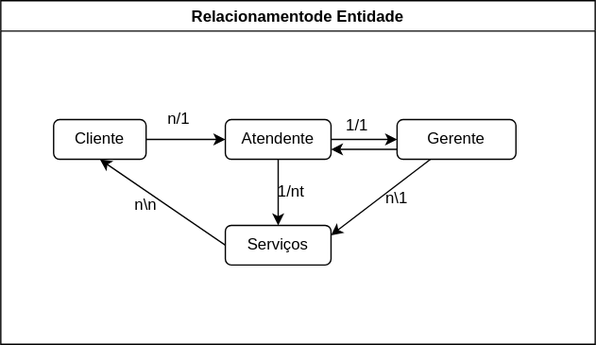
Earlier version of the draw.io export project.drawio.svg (Jardejane/servi-o-oficina). Source tidied: cells renumbered, new cells last; positions are measured from the earlier drawing's top-left corner, leaving out a move shared by most shapes.
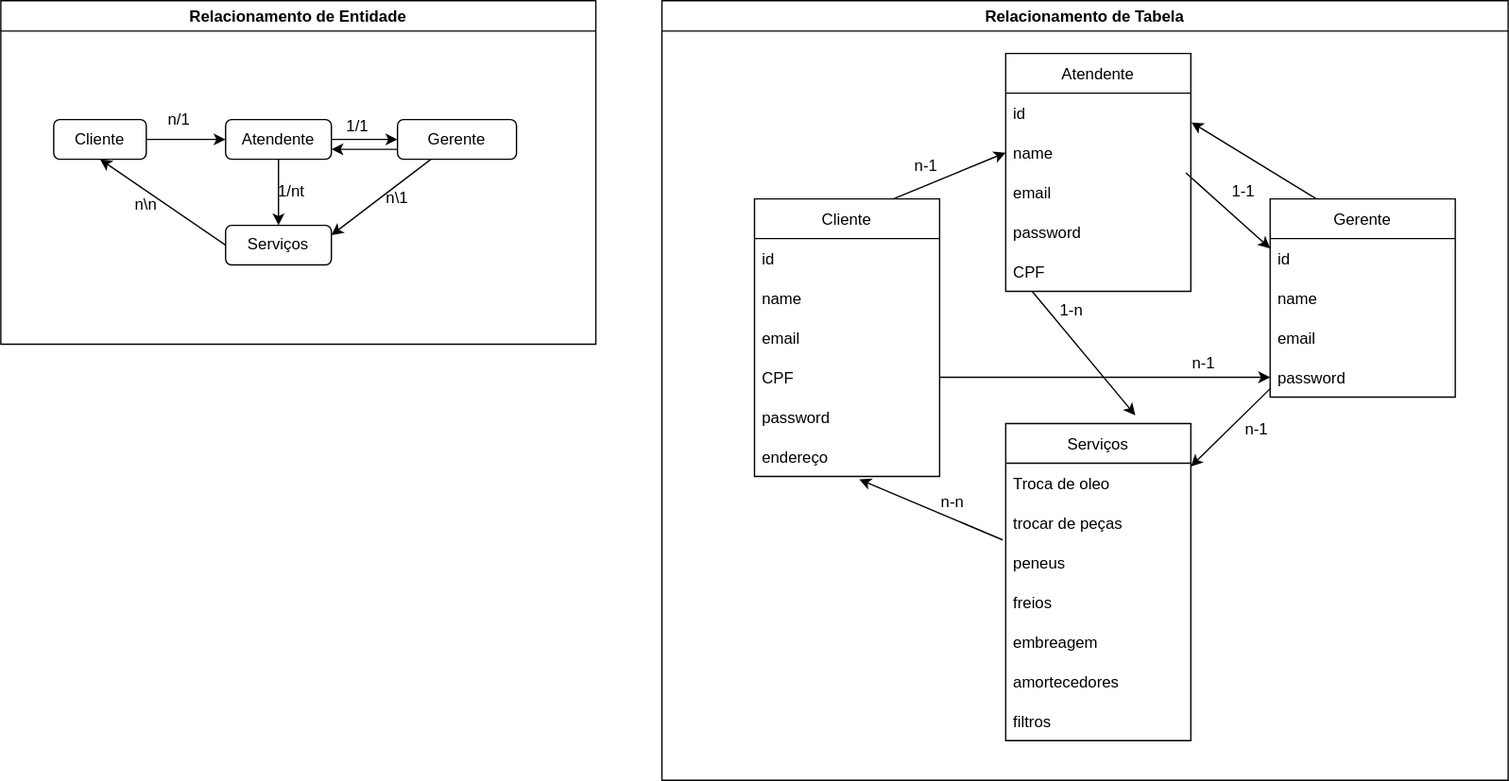
After the commit.

Commit message:
Feat: table relationship in drawio

The edit, as a diff of the source:
```diff
@@ -2,7 +2,7 @@
   <root>
     <mxCell id="0" />
     <mxCell id="1" parent="0" />
-    <mxCell id="2" value="Relacionamentode Entidade " style="swimlane;" parent="1" vertex="1">
+    <mxCell id="2" value="Relacionamento de Entidade " style="swimlane;" parent="1" vertex="1">
       <mxGeometry width="450" height="260" as="geometry" />
     </mxCell>
     <mxCell id="3" style="edgeStyle=none;html=1;" parent="2" edge="1" source="4" target="7">
@@ -54,5 +54,125 @@
     <mxCell id="17" value="n\n" style="text;html=1;strokeColor=none;fillColor=none;align=center;verticalAlign=middle;whiteSpace=wrap;rounded=0;" parent="2" vertex="1">
       <mxGeometry x="80" y="140" width="60" height="30" as="geometry" />
     </mxCell>
+    <mxCell id="18" value="Relacionamento de Tabela " style="swimlane;" parent="1" vertex="1">
+      <mxGeometry x="500" width="640" height="590" as="geometry" />
+    </mxCell>
+    <mxCell id="19" value="Cliente" style="swimlane;fontStyle=0;horizontal=1;startSize=30;" parent="18" vertex="1">
+      <mxGeometry x="70" y="150" width="140" height="210" as="geometry" />
+    </mxCell>
+    <mxCell id="20" value="id" style="text;strokeColor=none;fillColor=none;align=left;verticalAlign=middle;spacingLeft=4;spacingRight=4;overflow=hidden;" parent="19" vertex="1">
+      <mxGeometry y="30" width="140" height="30" as="geometry" />
+    </mxCell>
+    <mxCell id="21" value="name" style="text;strokeColor=none;fillColor=none;align=left;verticalAlign=middle;spacingLeft=4;spacingRight=4;overflow=hidden;" parent="19" vertex="1">
+      <mxGeometry y="60" width="140" height="30" as="geometry" />
+    </mxCell>
+    <mxCell id="22" value="email" style="text;strokeColor=none;fillColor=none;align=left;verticalAlign=middle;spacingLeft=4;spacingRight=4;overflow=hidden;" parent="19" vertex="1">
+      <mxGeometry y="90" width="140" height="30" as="geometry" />
+    </mxCell>
+    <mxCell id="23" value="CPF" style="text;strokeColor=none;fillColor=none;align=left;verticalAlign=middle;spacingLeft=4;spacingRight=4;overflow=hidden;points=[[0,0.5],[1,0.5]];portConstraint=eastwest;" parent="19" vertex="1">
+      <mxGeometry y="120" width="140" height="30" as="geometry" />
+    </mxCell>
+    <mxCell id="24" value="password" style="text;strokeColor=none;fillColor=none;align=left;verticalAlign=middle;spacingLeft=4;spacingRight=4;overflow=hidden;" parent="19" vertex="1">
+      <mxGeometry y="150" width="140" height="30" as="geometry" />
+    </mxCell>
+    <mxCell id="25" value="endereço" style="text;strokeColor=none;fillColor=none;align=left;verticalAlign=middle;spacingLeft=4;spacingRight=4;overflow=hidden;points=[[0,0.5],[1,0.5]];portConstraint=eastwest;" parent="19" vertex="1">
+      <mxGeometry y="180" width="140" height="30" as="geometry" />
+    </mxCell>
+    <mxCell id="26" style="edgeStyle=none;html=1;entryX=0;entryY=0.25;entryDx=0;entryDy=0;exitX=0.973;exitY=0.01;exitDx=0;exitDy=0;exitPerimeter=0;" parent="18" edge="1" source="30" target="35">
+      <mxGeometry relative="1" as="geometry" />
+    </mxCell>
+    <mxCell id="27" value="Atendente" style="swimlane;fontStyle=0;horizontal=1;startSize=30;" parent="18" vertex="1">
+      <mxGeometry x="260" y="40" width="140" height="180" as="geometry" />
+    </mxCell>
+    <mxCell id="28" value="id" style="text;strokeColor=none;fillColor=none;align=left;verticalAlign=middle;spacingLeft=4;spacingRight=4;overflow=hidden;points=[[0,0.5],[1,0.5]];portConstraint=eastwest;" parent="27" vertex="1">
+      <mxGeometry y="30" width="140" height="30" as="geometry" />
+    </mxCell>
+    <mxCell id="29" value="name" style="text;strokeColor=none;fillColor=none;align=left;verticalAlign=middle;spacingLeft=4;spacingRight=4;overflow=hidden;points=[[0,0.5],[1,0.5]];portConstraint=eastwest;" parent="27" vertex="1">
+      <mxGeometry y="60" width="140" height="30" as="geometry" />
+    </mxCell>
+    <mxCell id="30" value="email" style="text;strokeColor=none;fillColor=none;align=left;verticalAlign=middle;spacingLeft=4;spacingRight=4;overflow=hidden;points=[[0,0.5],[1,0.5]];portConstraint=eastwest;" parent="27" vertex="1">
+      <mxGeometry y="90" width="140" height="30" as="geometry" />
+    </mxCell>
+    <mxCell id="31" value="password" style="text;strokeColor=none;fillColor=none;align=left;verticalAlign=middle;spacingLeft=4;spacingRight=4;overflow=hidden;" parent="27" vertex="1">
+      <mxGeometry y="120" width="140" height="30" as="geometry" />
+    </mxCell>
+    <mxCell id="32" value="CPF" style="text;strokeColor=none;fillColor=none;align=left;verticalAlign=middle;spacingLeft=4;spacingRight=4;overflow=hidden;" parent="27" vertex="1">
+      <mxGeometry y="150" width="140" height="30" as="geometry" />
+    </mxCell>
+    <mxCell id="33" style="edgeStyle=none;html=1;entryX=1;entryY=0.084;entryDx=0;entryDy=0;entryPerimeter=0;" parent="18" edge="1" source="35" target="42">
+      <mxGeometry relative="1" as="geometry" />
+    </mxCell>
+    <mxCell id="34" style="edgeStyle=none;html=1;exitX=0.25;exitY=0;exitDx=0;exitDy=0;entryX=1.003;entryY=0.737;entryDx=0;entryDy=0;entryPerimeter=0;" parent="18" edge="1" source="35" target="28">
+      <mxGeometry relative="1" as="geometry" />
+    </mxCell>
+    <mxCell id="35" value="Gerente" style="swimlane;fontStyle=0;horizontal=1;startSize=30;" parent="18" vertex="1">
+      <mxGeometry x="460" y="150" width="140" height="150" as="geometry" />
+    </mxCell>
+    <mxCell id="36" value="id" style="text;strokeColor=none;fillColor=none;align=left;verticalAlign=middle;spacingLeft=4;spacingRight=4;overflow=hidden;" parent="35" vertex="1">
+      <mxGeometry y="30" width="140" height="30" as="geometry" />
+    </mxCell>
+    <mxCell id="37" value="name" style="text;strokeColor=none;fillColor=none;align=left;verticalAlign=middle;spacingLeft=4;spacingRight=4;overflow=hidden;" parent="35" vertex="1">
+      <mxGeometry y="60" width="140" height="30" as="geometry" />
+    </mxCell>
+    <mxCell id="38" value="email" style="text;strokeColor=none;fillColor=none;align=left;verticalAlign=middle;spacingLeft=4;spacingRight=4;overflow=hidden;" parent="35" vertex="1">
+      <mxGeometry y="90" width="140" height="30" as="geometry" />
+    </mxCell>
+    <mxCell id="39" value="password" style="text;strokeColor=none;fillColor=none;align=left;verticalAlign=middle;spacingLeft=4;spacingRight=4;overflow=hidden;points=[[0,0.5],[1,0.5]];portConstraint=eastwest;" parent="35" vertex="1">
+      <mxGeometry y="120" width="140" height="30" as="geometry" />
+    </mxCell>
+    <mxCell id="40" style="edgeStyle=none;html=1;entryX=0.566;entryY=1.075;entryDx=0;entryDy=0;entryPerimeter=0;exitX=-0.016;exitY=-0.064;exitDx=0;exitDy=0;exitPerimeter=0;" parent="18" edge="1" source="44" target="25">
+      <mxGeometry relative="1" as="geometry" />
+    </mxCell>
+    <mxCell id="41" value="Serviços" style="swimlane;fontStyle=0;horizontal=1;startSize=30;" parent="18" vertex="1">
+      <mxGeometry x="260" y="320" width="140" height="240" as="geometry" />
+    </mxCell>
+    <mxCell id="42" value="Troca de oleo" style="text;strokeColor=none;fillColor=none;align=left;verticalAlign=middle;spacingLeft=4;spacingRight=4;overflow=hidden;points=[[0,0.5],[1,0.5]];portConstraint=eastwest;" parent="41" vertex="1">
+      <mxGeometry y="30" width="140" height="30" as="geometry" />
+    </mxCell>
+    <mxCell id="43" value="trocar de peças" style="text;strokeColor=none;fillColor=none;align=left;verticalAlign=middle;spacingLeft=4;spacingRight=4;overflow=hidden;" parent="41" vertex="1">
+      <mxGeometry y="60" width="140" height="30" as="geometry" />
+    </mxCell>
+    <mxCell id="44" value="peneus" style="text;strokeColor=none;fillColor=none;align=left;verticalAlign=middle;spacingLeft=4;spacingRight=4;overflow=hidden;points=[[0,0.5],[1,0.5]];portConstraint=eastwest;" parent="41" vertex="1">
+      <mxGeometry y="90" width="140" height="30" as="geometry" />
+    </mxCell>
+    <mxCell id="45" value="freios" style="text;strokeColor=none;fillColor=none;align=left;verticalAlign=middle;spacingLeft=4;spacingRight=4;overflow=hidden;" parent="41" vertex="1">
+      <mxGeometry y="120" width="140" height="30" as="geometry" />
+    </mxCell>
+    <mxCell id="46" value="embreagem" style="text;strokeColor=none;fillColor=none;align=left;verticalAlign=middle;spacingLeft=4;spacingRight=4;overflow=hidden;" parent="41" vertex="1">
+      <mxGeometry y="150" width="140" height="30" as="geometry" />
+    </mxCell>
+    <mxCell id="47" value="amortecedores" style="text;strokeColor=none;fillColor=none;align=left;verticalAlign=middle;spacingLeft=4;spacingRight=4;overflow=hidden;" parent="41" vertex="1">
+      <mxGeometry y="180" width="140" height="30" as="geometry" />
+    </mxCell>
+    <mxCell id="48" value="filtros" style="text;strokeColor=none;fillColor=none;align=left;verticalAlign=middle;spacingLeft=4;spacingRight=4;overflow=hidden;" parent="41" vertex="1">
+      <mxGeometry y="210" width="140" height="30" as="geometry" />
+    </mxCell>
+    <mxCell id="49" style="edgeStyle=none;html=1;entryX=0;entryY=0.5;entryDx=0;entryDy=0;" parent="18" edge="1" source="23" target="39">
+      <mxGeometry relative="1" as="geometry" />
+    </mxCell>
+    <mxCell id="50" style="edgeStyle=none;html=1;exitX=0;exitY=0;exitDx=0;exitDy=0;entryX=0.7;entryY=-0.026;entryDx=0;entryDy=0;entryPerimeter=0;" parent="18" edge="1" source="56" target="41">
+      <mxGeometry relative="1" as="geometry" />
+    </mxCell>
+    <mxCell id="51" style="edgeStyle=none;html=1;entryX=0;entryY=0.5;entryDx=0;entryDy=0;exitX=0.75;exitY=0;exitDx=0;exitDy=0;" parent="18" edge="1" source="19" target="29">
+      <mxGeometry relative="1" as="geometry" />
+    </mxCell>
+    <mxCell id="52" value="n-1" style="text;html=1;strokeColor=none;fillColor=none;align=center;verticalAlign=middle;whiteSpace=wrap;rounded=0;" parent="18" vertex="1">
+      <mxGeometry x="170" y="110" width="60" height="30" as="geometry" />
+    </mxCell>
+    <mxCell id="53" value="1-1" style="text;html=1;strokeColor=none;fillColor=none;align=center;verticalAlign=middle;whiteSpace=wrap;rounded=0;" parent="18" vertex="1">
+      <mxGeometry x="410" y="130" width="60" height="30" as="geometry" />
+    </mxCell>
+    <mxCell id="54" value="n-1" style="text;html=1;strokeColor=none;fillColor=none;align=center;verticalAlign=middle;whiteSpace=wrap;rounded=0;" parent="18" vertex="1">
+      <mxGeometry x="420" y="310" width="60" height="30" as="geometry" />
+    </mxCell>
+    <mxCell id="55" value="n-n" style="text;html=1;strokeColor=none;fillColor=none;align=center;verticalAlign=middle;whiteSpace=wrap;rounded=0;" parent="18" vertex="1">
+      <mxGeometry x="190" y="365" width="60" height="30" as="geometry" />
+    </mxCell>
+    <mxCell id="56" value="1-n" style="text;html=1;strokeColor=none;fillColor=none;align=center;verticalAlign=middle;whiteSpace=wrap;rounded=0;" parent="18" vertex="1">
+      <mxGeometry x="280" y="220" width="60" height="30" as="geometry" />
+    </mxCell>
+    <mxCell id="57" value="n-1" style="text;html=1;strokeColor=none;fillColor=none;align=center;verticalAlign=middle;whiteSpace=wrap;rounded=0;" parent="18" vertex="1">
+      <mxGeometry x="380" y="260" width="60" height="30" as="geometry" />
+    </mxCell>
   </root>
 </mxGraphModel>
```
